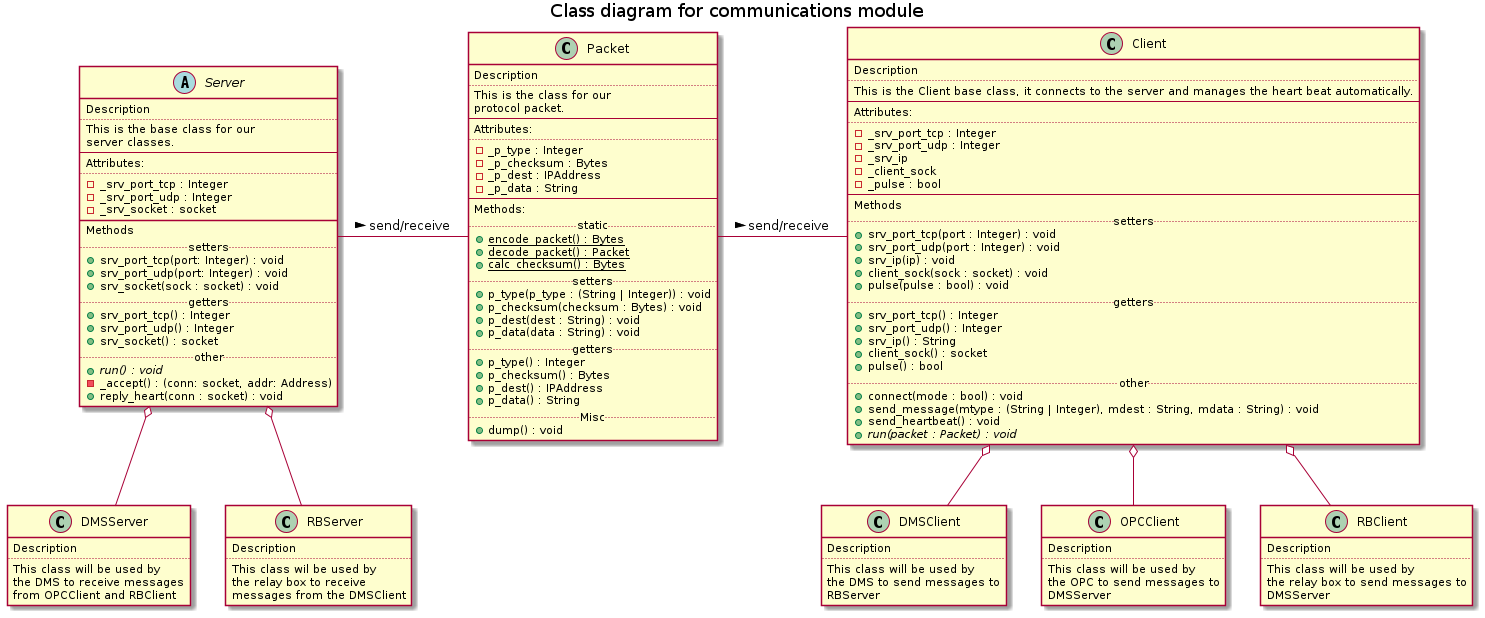
Before: hive/communication/classdiagram.png, a diagram exported from PlantUML (CE-CF/P2-B214). Its diagram source:
```plantuml
@startuml
title Class diagram for communications module

class Packet{
        Description
        ..
        This is the class for our
        protocol packet.
        --
        Attributes:
        ..
        -_p_type : Integer
        -_p_checksum : Bytes
        -_p_dest : IPAddress
        -_p_data : String
        --
        Methods:
        ..static..
        +{static}encode_packet() : Bytes
        +{static}decode_packet() : Packet
        +{static}calc_checksum() : Bytes
        ..setters..
        +p_type(p_type : (String | Integer)) : void
        +p_checksum(checksum : Bytes) : void
        +p_dest(dest : String) : void
        +p_data(data : String) : void
        ..getters..
        +p_type() : Integer
        +p_checksum() : Bytes
        +p_dest() : IPAddress
        +p_data() : String
        ..Misc..
        +dump() : void
}

abstract class Server{
        Description
        ..
        This is the base class for our
        server classes.
        --
        Attributes:
        ..
        -_srv_port_tcp : Integer
        -_srv_port_udp : Integer
        -_srv_socket : socket
        __
        Methods
        ..setters..
        +srv_port_tcp(port: Integer) : void
        +srv_port_udp(port: Integer) : void
        +srv_socket(sock : socket) : void
        ..getters..
        +srv_port_tcp() : Integer
        +srv_port_udp() : Integer
        +srv_socket() : socket
        ..other..
        +{abstract} run() : void
        -_accept() : (conn: socket, addr: Address)
        +reply_heart(conn : socket) : void
}

class DMSServer{
        Description
        ..
        This class will be used by
        the DMS to receive messages
        from OPCClient and RBClient
}

class RBServer{
        Description
        ..
        This class wil be used by
        the relay box to receive
        messages from the DMSClient
}

class Client{
        Description
        ..
        This is the Client base class, it connects to the server and manages the heart beat automatically.
        --
        Attributes:
        ..
        -_srv_port_tcp : Integer
        -_srv_port_udp : Integer
        -_srv_ip
        -_client_sock
        -_pulse : bool
        --
        Methods
        ..setters..
        +srv_port_tcp(port : Integer) : void
        +srv_port_udp(port : Integer) : void
        +srv_ip(ip) : void
        +client_sock(sock : socket) : void
        +pulse(pulse : bool) : void
        ..getters..
        +srv_port_tcp() : Integer
        +srv_port_udp() : Integer
        +srv_ip() : String
        +client_sock() : socket
        +pulse() : bool
        ..other..
        +connect(mode : bool) : void
        +send_message(mtype : (String | Integer), mdest : String, mdata : String) : void
        +send_heartbeat() : void
        +{abstract}run(packet : Packet) : void
}

class DMSClient{
        Description
        ..
        This class will be used by
        the DMS to send messages to
        RBServer
}

class OPCClient{
        Description
        ..
        This class will be used by
        the OPC to send messages to
        DMSServer
}

class RBClient{
        Description
        ..
        This class will be used by
        the relay box to send messages to
        DMSServer
}

Client o-- OPCClient
Client o-- RBClient
Client o-- DMSClient


Server o-- DMSServer
Server o-- RBServer

Server - Packet : send/receive >
Packet - Client : > send/receive
@enduml
```
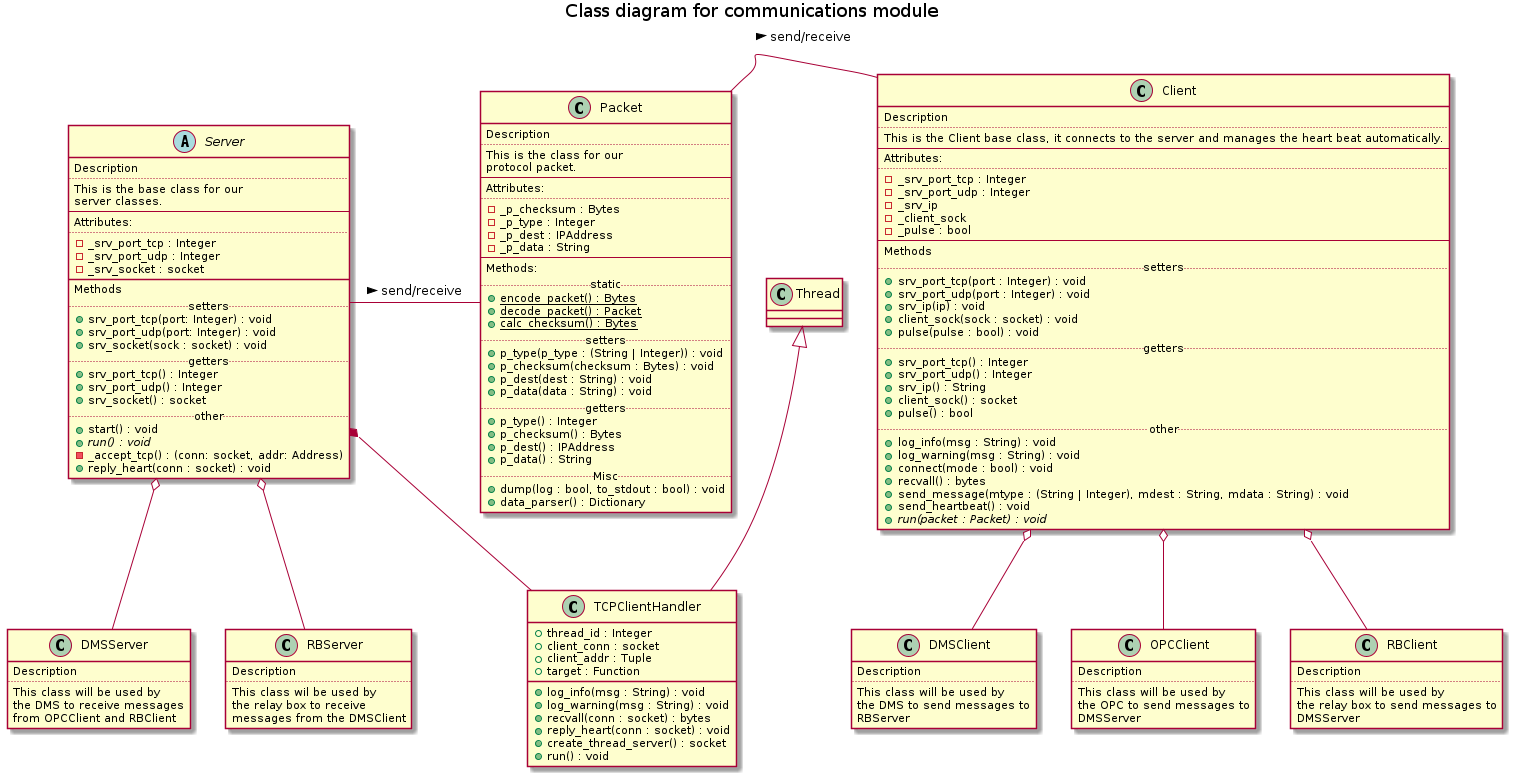
Above is the later version.

The edit, as a diff of the source:
```diff
@@ -9,8 +9,8 @@
         --
         Attributes:
         ..
+        -_p_checksum : Bytes
         -_p_type : Integer
-        -_p_checksum : Bytes
         -_p_dest : IPAddress
         -_p_data : String
         --
@@ -30,7 +30,8 @@
         +p_dest() : IPAddress
         +p_data() : String
         ..Misc..
-        +dump() : void
+        +dump(log : bool, to_stdout : bool) : void
+        +data_parser() : Dictionary
 }
 
 abstract class Server{
@@ -55,9 +56,24 @@
         +srv_port_udp() : Integer
         +srv_socket() : socket
         ..other..
+        +start() : void
         +{abstract} run() : void
-        -_accept() : (conn: socket, addr: Address)
+        -_accept_tcp() : (conn: socket, addr: Address)
         +reply_heart(conn : socket) : void
+}
+
+class TCPClientHandler extends Thread{
+        +thread_id : Integer
+        +client_conn : socket
+        +client_addr : Tuple
+        +target : Function
+
+        +log_info(msg : String) : void
+        +log_warning(msg : String) : void
+        +recvall(conn : socket) : bytes
+        +reply_heart(conn : socket) : void
+        +create_thread_server() : socket
+        +run() : void
 }
 
 class DMSServer{
@@ -103,7 +119,10 @@
         +client_sock() : socket
         +pulse() : bool
         ..other..
+        +log_info(msg : String) : void
+        +log_warning(msg : String) : void
         +connect(mode : bool) : void
+        +recvall() : bytes
         +send_message(mtype : (String | Integer), mdest : String, mdata : String) : void
         +send_heartbeat() : void
         +{abstract}run(packet : Packet) : void
@@ -133,6 +152,8 @@
         DMSServer
 }
 
+Server *-- TCPClientHandler
+
 Client o-- OPCClient
 Client o-- RBClient
 Client o-- DMSClient
```
